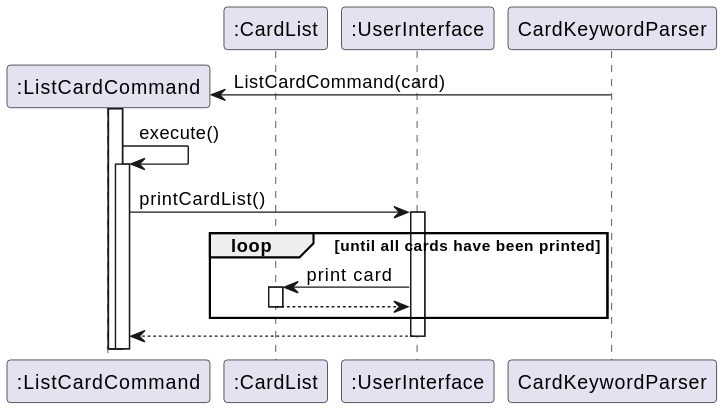
Above: docs/img/CardListSequence.svg in nus-cs2113-AY2223S2/tp (PlantUML), before the change.
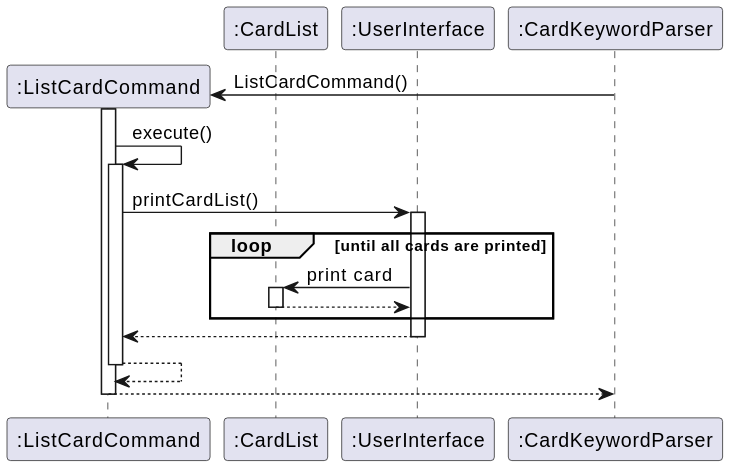
After the change.

Commit message:
Updated Card Sequence file

Change to the diagram source:
```diff
@@ -4,19 +4,23 @@
 participant ":ListCardCommand" as ListCardCommand
 participant ":CardList" as CardList
 participant ":UserInterface" as UserInterface
+participant ":CardKeywordParser" as CardKeywordParser
+
 
 Create ListCardCommand
-CardKeywordParser -> ListCardCommand : ListCardCommand(card)
-activate ListCardCommand
+CardKeywordParser -> ListCardCommand : ListCardCommand()
 
 ListCardCommand -> ListCardCommand : execute()
-
 ListCardCommand -> UserInterface : printCardList()
 
-loop until all cards have been printed
+loop until all cards are printed
   UserInterface -> CardList : print card
   return
 end loop
 
 return
+
+return
+
+return
 @enduml
```
